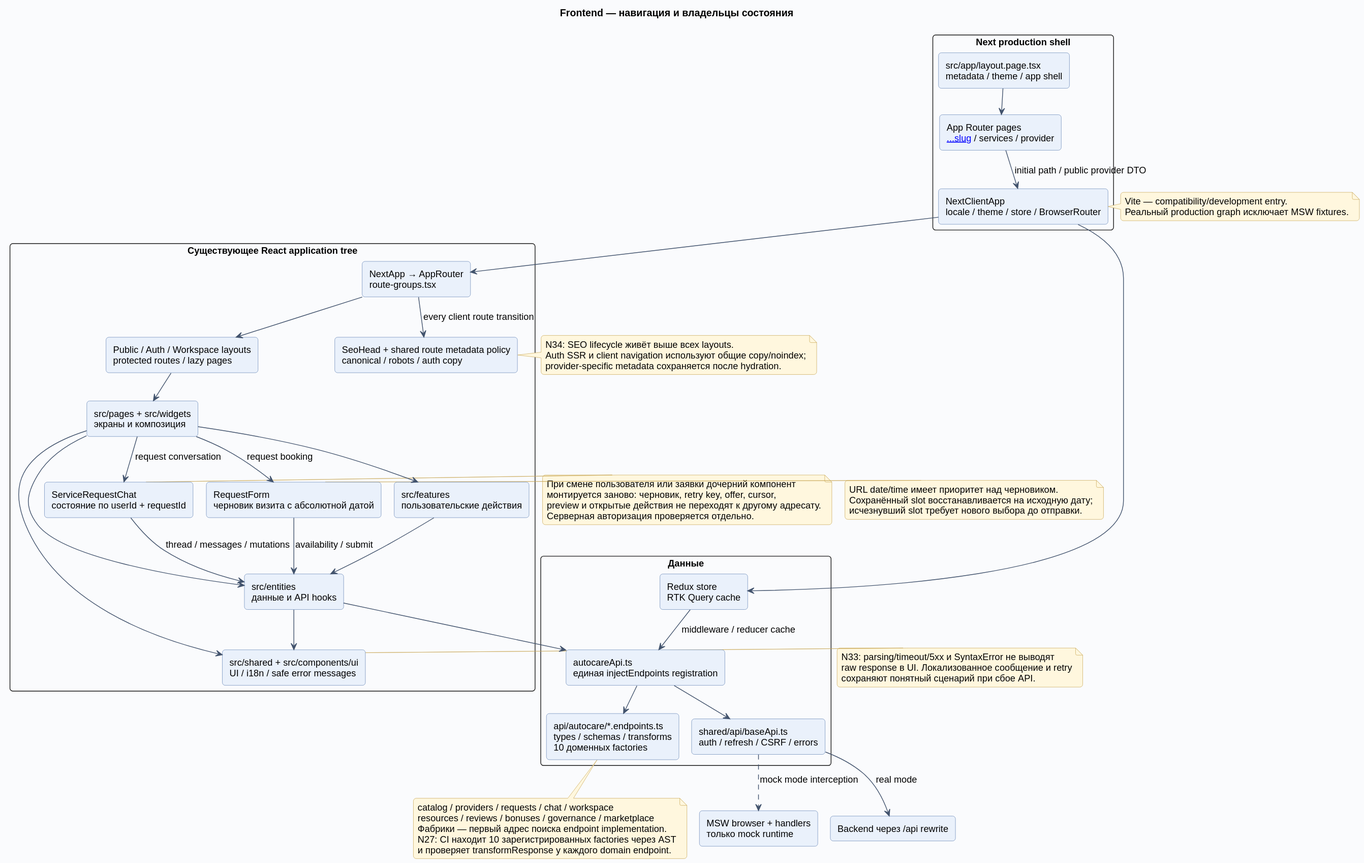
This is docs/diagrams/rendered/03-frontend.svg from Dima163163/auto-care-hub, a PlantUML export, as it was before one commit.
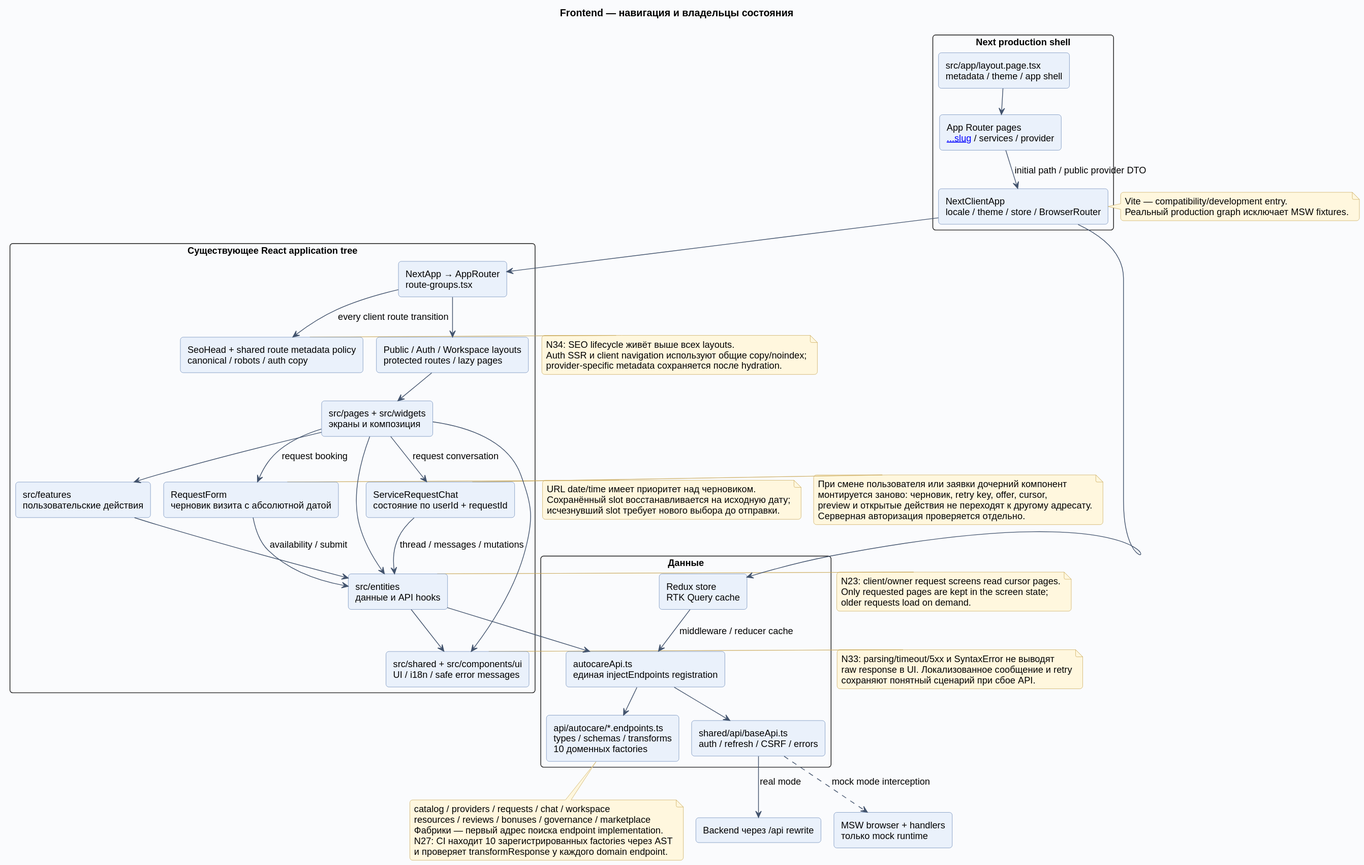
The same diagram one commit later.

Change to the diagram source:
```diff
@@ -55,6 +55,11 @@
   N27: CI находит 10 зарегистрированных factories через AST
   и проверяет transformResponse у каждого domain endpoint.
 end note
+note right of Entities
+  N23: client/owner request screens read cursor pages.
+  Only requested pages are kept in the screen state;
+  older requests load on demand.
+end note
 note right of Client
   Vite — compatibility/development entry.
   Реальный production graph исключает MSW fixtures.
```
